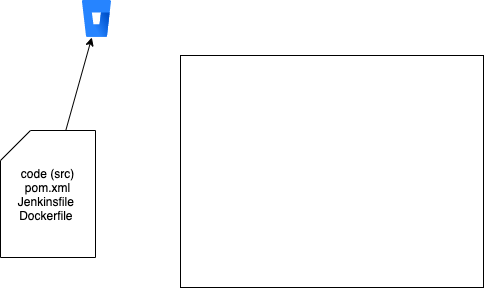
Above: images/jenkins-docker.drawio.png in adithnaveen/sapient-freshers-2021-jun-asde (draw.io), before the change. Source tidied: cells renumbered, new cells last; positions are measured from the earlier drawing's top-left corner, leaving out a move shared by most shapes.
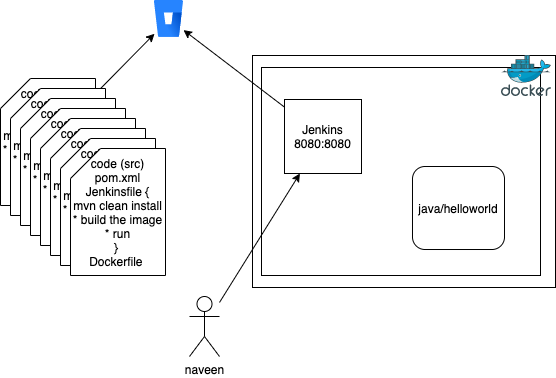
After the change.

What changed in the source:
```diff
@@ -8,11 +8,53 @@
     <mxCell id="3" style="rounded=0;jettySize=auto;html=1;" parent="1" edge="1" source="4" target="2">
       <mxGeometry relative="1" as="geometry" />
     </mxCell>
-    <mxCell id="4" value="code (src)&lt;br&gt;pom.xml&lt;br&gt;Jenkinsfile&amp;nbsp;&lt;br&gt;Dockerfile&amp;nbsp;" style="shape=card;whiteSpace=wrap;html=1;" parent="1" vertex="1">
-      <mxGeometry y="130" width="95" height="127" as="geometry" />
+    <mxCell id="4" value="code (src)&lt;br&gt;pom.xml&lt;br&gt;Jenkinsfile {&lt;br&gt;mvn clean install&lt;br&gt;* build the image&lt;br&gt;* run&lt;br&gt;}&amp;nbsp;&lt;br&gt;Dockerfile&amp;nbsp;" style="shape=card;whiteSpace=wrap;html=1;" parent="1" vertex="1">
+      <mxGeometry x="-72" y="78" width="95" height="127" as="geometry" />
     </mxCell>
     <mxCell id="5" style="rounded=0;whiteSpace=wrap;html=1;" parent="1" vertex="1">
       <mxGeometry x="180" y="55" width="303" height="232" as="geometry" />
     </mxCell>
+    <mxCell id="6" style="rounded=0;whiteSpace=wrap;html=1;" parent="1" vertex="1">
+      <mxGeometry x="189" y="67" width="279" height="208" as="geometry" />
+    </mxCell>
+    <mxCell id="7" style="html=1;align=center;image;fontSize=12;image=img/lib/mscae/Docker.svg;" parent="1" vertex="1">
+      <mxGeometry x="429" y="55" width="50" height="41" as="geometry" />
+    </mxCell>
+    <mxCell id="8" style="edgeStyle=none;rounded=0;jettySize=auto;html=1;" parent="1" edge="1" source="9" target="2">
+      <mxGeometry relative="1" as="geometry" />
+    </mxCell>
+    <mxCell id="9" value="Jenkins 8080:8080" style="rounded=0;whiteSpace=wrap;html=1;" parent="1" vertex="1">
+      <mxGeometry x="212" y="99" width="77" height="74" as="geometry" />
+    </mxCell>
+    <mxCell id="10" style="edgeStyle=none;rounded=0;jettySize=auto;html=1;" parent="1" edge="1" source="11" target="9">
+      <mxGeometry relative="1" as="geometry" />
+    </mxCell>
+    <mxCell id="11" value="naveen" style="shape=umlActor;verticalLabelPosition=bottom;verticalAlign=top;html=1;outlineConnect=0;" parent="1" vertex="1">
+      <mxGeometry x="117" y="296" width="30" height="60" as="geometry" />
+    </mxCell>
+    <mxCell id="12" value="java/helloworld" style="rounded=1;whiteSpace=wrap;html=1;" parent="1" vertex="1">
+      <mxGeometry x="340" y="166" width="92" height="83" as="geometry" />
+    </mxCell>
+    <mxCell id="13" value="code (src)&lt;br&gt;pom.xml&lt;br&gt;Jenkinsfile {&lt;br&gt;mvn clean install&lt;br&gt;* build the image&lt;br&gt;* run&lt;br&gt;}&amp;nbsp;&lt;br&gt;Dockerfile&amp;nbsp;" style="shape=card;whiteSpace=wrap;html=1;" parent="1" vertex="1">
+      <mxGeometry x="-62" y="88" width="95" height="127" as="geometry" />
+    </mxCell>
+    <mxCell id="14" value="code (src)&lt;br&gt;pom.xml&lt;br&gt;Jenkinsfile {&lt;br&gt;mvn clean install&lt;br&gt;* build the image&lt;br&gt;* run&lt;br&gt;}&amp;nbsp;&lt;br&gt;Dockerfile&amp;nbsp;" style="shape=card;whiteSpace=wrap;html=1;" parent="1" vertex="1">
+      <mxGeometry x="-52" y="98" width="95" height="127" as="geometry" />
+    </mxCell>
+    <mxCell id="15" value="code (src)&lt;br&gt;pom.xml&lt;br&gt;Jenkinsfile {&lt;br&gt;mvn clean install&lt;br&gt;* build the image&lt;br&gt;* run&lt;br&gt;}&amp;nbsp;&lt;br&gt;Dockerfile&amp;nbsp;" style="shape=card;whiteSpace=wrap;html=1;" parent="1" vertex="1">
+      <mxGeometry x="-42" y="108" width="95" height="127" as="geometry" />
+    </mxCell>
+    <mxCell id="16" value="code (src)&lt;br&gt;pom.xml&lt;br&gt;Jenkinsfile {&lt;br&gt;mvn clean install&lt;br&gt;* build the image&lt;br&gt;* run&lt;br&gt;}&amp;nbsp;&lt;br&gt;Dockerfile&amp;nbsp;" style="shape=card;whiteSpace=wrap;html=1;" parent="1" vertex="1">
+      <mxGeometry x="-32" y="118" width="95" height="127" as="geometry" />
+    </mxCell>
+    <mxCell id="17" value="code (src)&lt;br&gt;pom.xml&lt;br&gt;Jenkinsfile {&lt;br&gt;mvn clean install&lt;br&gt;* build the image&lt;br&gt;* run&lt;br&gt;}&amp;nbsp;&lt;br&gt;Dockerfile&amp;nbsp;" style="shape=card;whiteSpace=wrap;html=1;" parent="1" vertex="1">
+      <mxGeometry x="-22" y="128" width="95" height="127" as="geometry" />
+    </mxCell>
+    <mxCell id="18" value="code (src)&lt;br&gt;pom.xml&lt;br&gt;Jenkinsfile {&lt;br&gt;mvn clean install&lt;br&gt;* build the image&lt;br&gt;* run&lt;br&gt;}&amp;nbsp;&lt;br&gt;Dockerfile&amp;nbsp;" style="shape=card;whiteSpace=wrap;html=1;" parent="1" vertex="1">
+      <mxGeometry x="-12" y="138" width="95" height="127" as="geometry" />
+    </mxCell>
+    <mxCell id="19" value="code (src)&lt;br&gt;pom.xml&lt;br&gt;Jenkinsfile {&lt;br&gt;mvn clean install&lt;br&gt;* build the image&lt;br&gt;* run&lt;br&gt;}&amp;nbsp;&lt;br&gt;Dockerfile&amp;nbsp;" style="shape=card;whiteSpace=wrap;html=1;" parent="1" vertex="1">
+      <mxGeometry x="-2" y="148" width="95" height="127" as="geometry" />
+    </mxCell>
   </root>
 </mxGraphModel>
```
